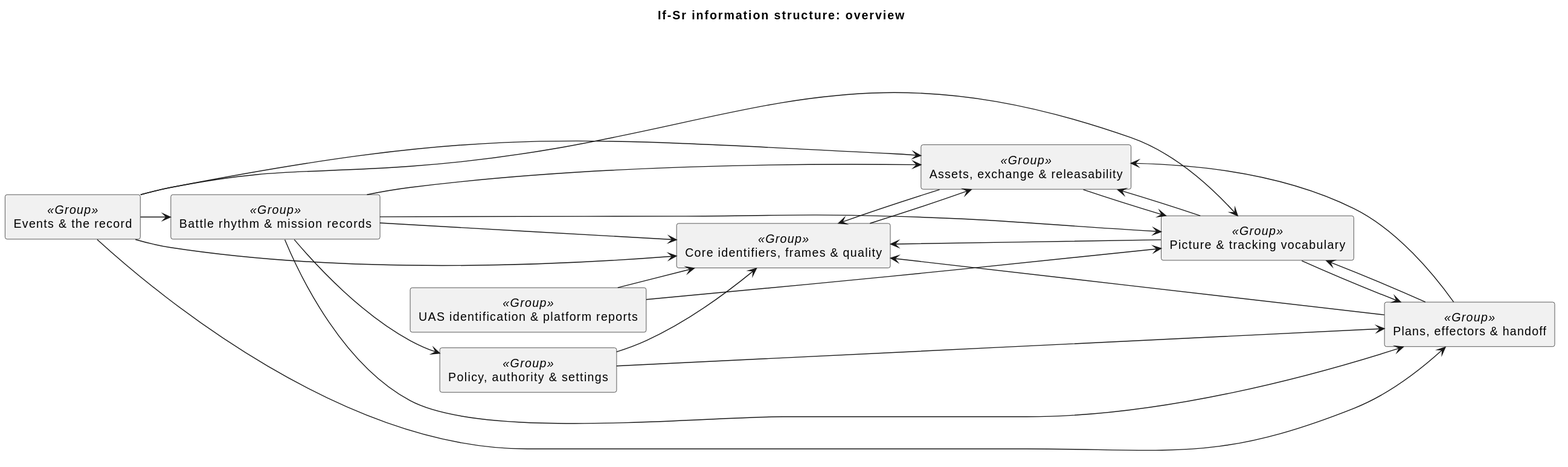
Earlier version of the PlantUML export docs/architecture/uaf/rendered/information/If-Sr-overview.svg (WayneRoessling/gungnir). Source of this version:
```plantuml
@startuml
title If-Sr information structure: overview
!pragma layout smetana
skinparam componentStyle rectangle
left to right direction
component "Core identifiers, frames & quality" as core_identifiers_frames_quality <<Group>> [[If-Sr-core-identifiers-frames-quality.svg]]
component "Picture & tracking vocabulary" as picture_tracking_vocabulary <<Group>> [[If-Sr-picture-tracking-vocabulary.svg]]
component "Events & the record" as events_the_record <<Group>> [[If-Sr-events-the-record.svg]]
component "Plans, effectors & handoff" as plans_effectors_handoff <<Group>> [[If-Sr-plans-effectors-handoff.svg]]
component "Policy, authority & settings" as policy_authority_settings <<Group>> [[If-Sr-policy-authority-settings.svg]]
component "Assets, exchange & releasability" as assets_exchange_releasability <<Group>> [[If-Sr-assets-exchange-releasability.svg]]
component "Battle rhythm & mission records" as battle_rhythm_mission_records <<Group>> [[If-Sr-battle-rhythm-mission-records.svg]]
component "UAS identification & platform reports" as uas_identification_platform_reports <<Group>> [[If-Sr-uas-identification-platform-reports.svg]]
events_the_record --> picture_tracking_vocabulary
events_the_record --> core_identifiers_frames_quality
events_the_record --> battle_rhythm_mission_records
events_the_record --> plans_effectors_handoff
events_the_record --> assets_exchange_releasability
assets_exchange_releasability --> core_identifiers_frames_quality
assets_exchange_releasability --> picture_tracking_vocabulary
plans_effectors_handoff --> core_identifiers_frames_quality
plans_effectors_handoff --> picture_tracking_vocabulary
plans_effectors_handoff --> assets_exchange_releasability
battle_rhythm_mission_records --> picture_tracking_vocabulary
picture_tracking_vocabulary --> assets_exchange_releasability
picture_tracking_vocabulary --> core_identifiers_frames_quality
picture_tracking_vocabulary --> plans_effectors_handoff
policy_authority_settings --> plans_effectors_handoff
policy_authority_settings --> core_identifiers_frames_quality
core_identifiers_frames_quality --> assets_exchange_releasability
battle_rhythm_mission_records --> assets_exchange_releasability
battle_rhythm_mission_records --> core_identifiers_frames_quality
uas_identification_platform_reports --> picture_tracking_vocabulary
uas_identification_platform_reports --> core_identifiers_frames_quality
battle_rhythm_mission_records --> plans_effectors_handoff
battle_rhythm_mission_records --> policy_authority_settings
@enduml
```
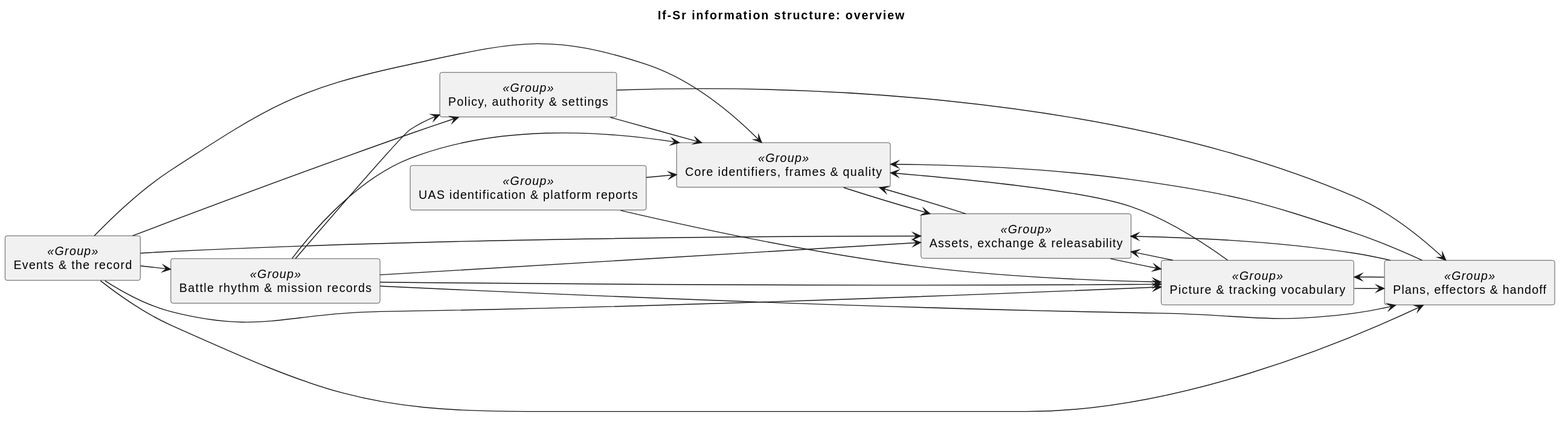
After the change.

Diff of the diagram source:
```diff
@@ -11,11 +11,13 @@
 component "Assets, exchange & releasability" as assets_exchange_releasability <<Group>> [[If-Sr-assets-exchange-releasability.svg]]
 component "Battle rhythm & mission records" as battle_rhythm_mission_records <<Group>> [[If-Sr-battle-rhythm-mission-records.svg]]
 component "UAS identification & platform reports" as uas_identification_platform_reports <<Group>> [[If-Sr-uas-identification-platform-reports.svg]]
+policy_authority_settings --> core_identifiers_frames_quality
 events_the_record --> picture_tracking_vocabulary
 events_the_record --> core_identifiers_frames_quality
 events_the_record --> battle_rhythm_mission_records
 events_the_record --> plans_effectors_handoff
 events_the_record --> assets_exchange_releasability
+events_the_record --> policy_authority_settings
 assets_exchange_releasability --> core_identifiers_frames_quality
 assets_exchange_releasability --> picture_tracking_vocabulary
 plans_effectors_handoff --> core_identifiers_frames_quality
@@ -26,7 +28,6 @@
 picture_tracking_vocabulary --> core_identifiers_frames_quality
 picture_tracking_vocabulary --> plans_effectors_handoff
 policy_authority_settings --> plans_effectors_handoff
-policy_authority_settings --> core_identifiers_frames_quality
 core_identifiers_frames_quality --> assets_exchange_releasability
 battle_rhythm_mission_records --> assets_exchange_releasability
 battle_rhythm_mission_records --> core_identifiers_frames_quality
```
